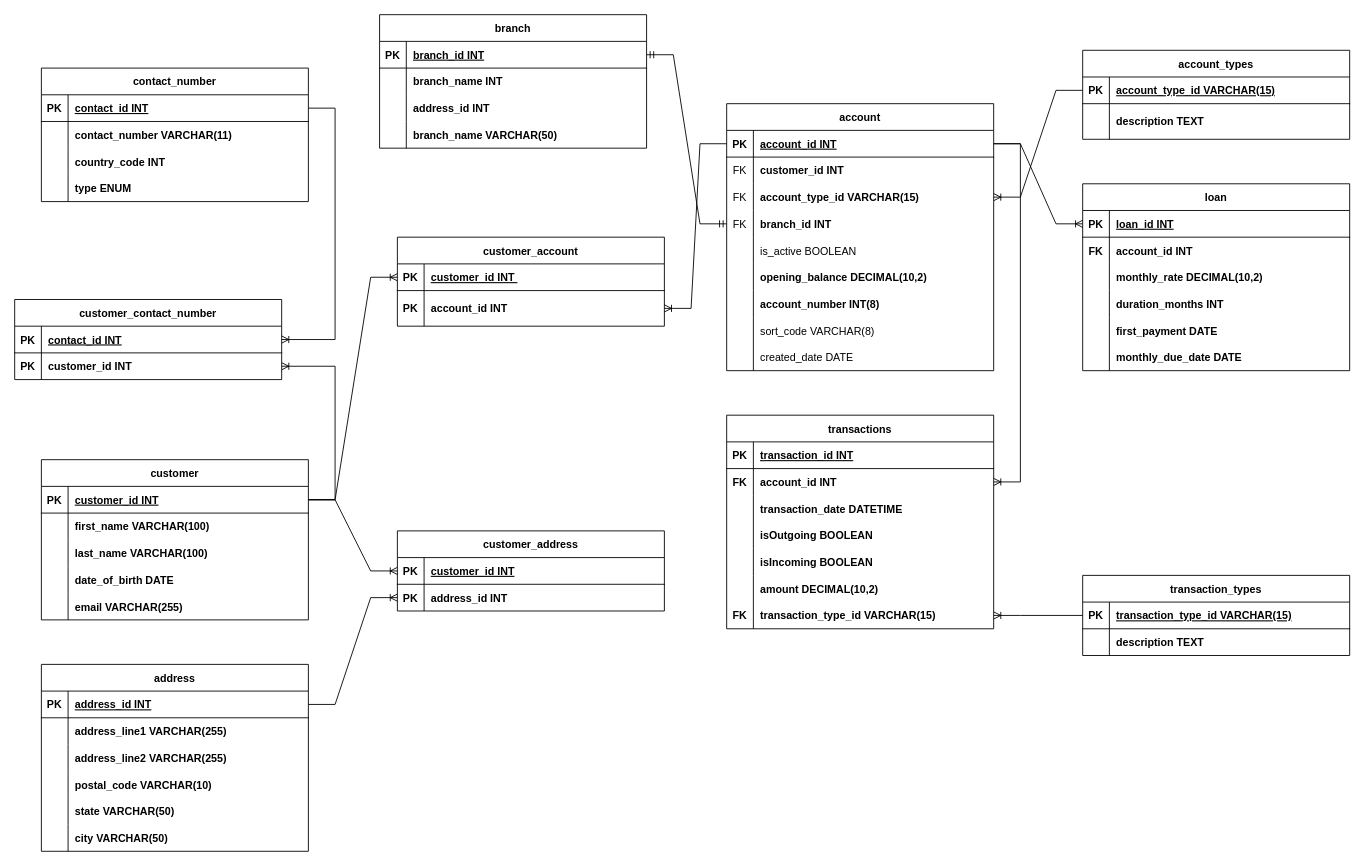
The draw.io diagram ER-Diagram.drawio in mathewsjoyy/MySQL-Bank-Assignment, before the edit. Source tidied: cells renumbered, new cells numbered last; positions are measured from the earlier drawing's top-left corner, leaving out a move shared by most shapes. Both pictures are drawn from the tidied source at 89%, with x=0, y=0 at pixel (14, 14).
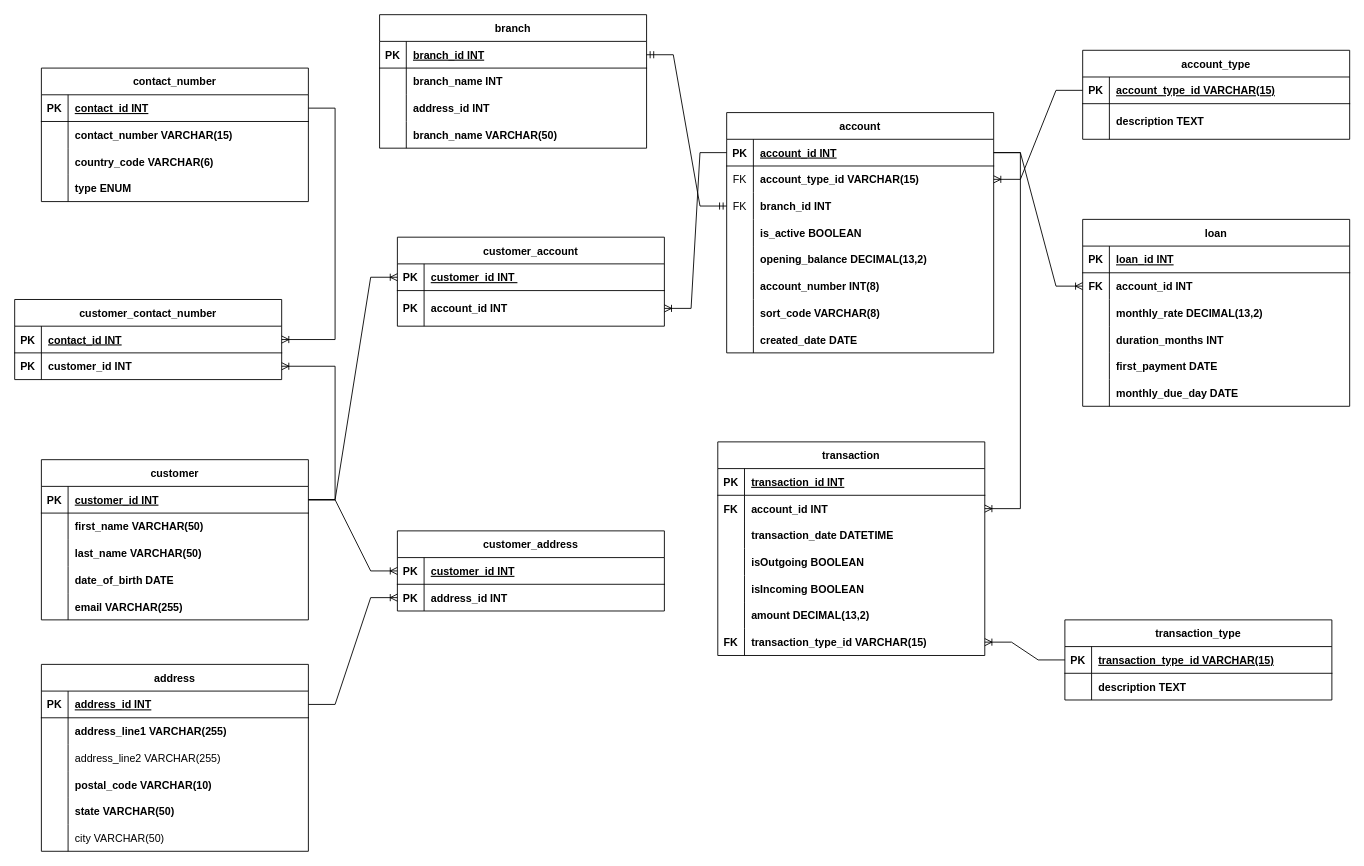
The same diagram, later.

Unchanged cells that the change refers to:
```xml
<mxCell id="19" style="shape=partialRectangle;fillColor=none;top=0;left=0;bottom=0;right=0;" parent="15" vertex="1">
  <mxGeometry y="60" width="300" height="30" as="geometry" />
</mxCell>
<mxCell id="22" style="shape=partialRectangle;fillColor=none;top=0;left=0;bottom=0;right=0;" parent="15" vertex="1">
  <mxGeometry y="90" width="300" height="30" as="geometry" />
</mxCell>
<mxCell id="32" style="shape=partialRectangle;fillColor=none;top=0;left=0;bottom=1;right=0;points=[[0,0.5],[1,0.5]];portConstraint=eastwest;" parent="31" vertex="1">
  <mxGeometry y="30" width="300" height="30" as="geometry" />
</mxCell>
<mxCell id="60" style="shape=partialRectangle;fillColor=none;top=0;left=0;bottom=1;right=0;points=[[0,0.5],[1,0.5]];portConstraint=eastwest;" parent="59" vertex="1">
  <mxGeometry y="30" width="300" height="30" as="geometry" />
</mxCell>
<mxCell id="90" style="shape=partialRectangle;fillColor=none;top=0;left=0;bottom=0;right=0;" parent="83" vertex="1">
  <mxGeometry y="90" width="300" height="30" as="geometry" />
</mxCell>
<mxCell id="99" style="shape=partialRectangle;fillColor=none;top=0;left=0;bottom=0;right=0;" parent="83" vertex="1">
  <mxGeometry y="180" width="300" height="30" as="geometry" />
</mxCell>
<mxCell id="105" style="shape=partialRectangle;fillColor=none;top=0;left=0;bottom=1;right=0;points=[[0,0.5],[1,0.5]];portConstraint=eastwest;" parent="104" vertex="1">
  <mxGeometry y="30" width="300" height="30" as="geometry" />
</mxCell>
<mxCell id="108" style="shape=partialRectangle;fillColor=none;top=0;left=0;bottom=0;right=0;points=[[0,0.5],[1,0.5]];portConstraint=eastwest;" parent="104" vertex="1">
  <mxGeometry y="60" width="300" height="30" as="geometry" />
</mxCell>
<mxCell id="111" style="shape=partialRectangle;fillColor=none;top=0;left=0;bottom=0;right=0;" parent="104" vertex="1">
  <mxGeometry y="90" width="300" height="30" as="geometry" />
</mxCell>
<mxCell id="120" style="shape=partialRectangle;fillColor=none;top=0;left=0;bottom=0;right=0;" parent="104" vertex="1">
  <mxGeometry y="180" width="300" height="30" as="geometry" />
</mxCell>
<mxCell id="128" style="shape=partialRectangle;fillColor=none;top=0;left=0;bottom=0;right=0;" parent="124" vertex="1">
  <mxGeometry y="60" width="300" height="30" as="geometry" />
</mxCell>
<mxCell id="131" style="shape=partialRectangle;fillColor=none;top=0;left=0;bottom=0;right=0;" parent="124" vertex="1">
  <mxGeometry y="90" width="300" height="30" as="geometry" />
</mxCell>
<mxCell id="153" style="shape=partialRectangle;fillColor=none;top=0;left=0;bottom=0;right=0;" parent="137" vertex="1">
  <mxGeometry y="180" width="300" height="30" as="geometry" />
</mxCell>
```

Diff of the diagram source:
```diff
@@
-    <mxCell id="21" value="first_name VARCHAR(100)" style="shape=partialRectangle;fillColor=none;top=0;left=0;bottom=0;right=0;align=left;spacingLeft=6;overflow=hidden;fontStyle=1;" parent="19" vertex="1">
+    <mxCell id="21" value="first_name VARCHAR(50)" style="shape=partialRectangle;fillColor=none;top=0;left=0;bottom=0;right=0;align=left;spacingLeft=6;overflow=hidden;fontStyle=1;" parent="19" vertex="1">
       <mxGeometry x="30" width="270" height="30" as="geometry" />
     </mxCell>
@@
-    <mxCell id="24" value="last_name VARCHAR(100)" style="shape=partialRectangle;fillColor=none;top=0;left=0;bottom=0;right=0;align=left;spacingLeft=6;overflow=hidden;fontStyle=1;" parent="22" vertex="1">
+    <mxCell id="24" value="last_name VARCHAR(50)" style="shape=partialRectangle;fillColor=none;top=0;left=0;bottom=0;right=0;align=left;spacingLeft=6;overflow=hidden;fontStyle=1;" parent="22" vertex="1">
       <mxGeometry x="30" width="270" height="30" as="geometry" />
     </mxCell>
@@
     <mxCell id="31" value="account" style="shape=table;startSize=30;childLayout=tableLayout;rowLines=0;fontStyle=1;align=center;" parent="1" vertex="1">
-      <mxGeometry x="800" y="100" width="300" height="300" as="geometry" />
+      <mxGeometry x="800" y="110" width="300" height="270" as="geometry" />
     </mxCell>
@@
-    <mxCell id="35" style="shape=partialRectangle;fillColor=none;top=0;left=0;bottom=0;right=0;" parent="31" vertex="1">
-      <mxGeometry y="60" width="300" height="30" as="geometry" />
-    </mxCell>
-    <mxCell id="36" value="FK" style="shape=partialRectangle;fillColor=none;top=0;left=0;bottom=0;right=0;overflow=hidden;" parent="35" vertex="1">
-      <mxGeometry width="30" height="30" as="geometry" />
-    </mxCell>
-    <mxCell id="37" value="customer_id INT" style="shape=partialRectangle;fillColor=none;top=0;left=0;bottom=0;right=0;align=left;spacingLeft=6;overflow=hidden;fontStyle=1;" parent="35" vertex="1">
-      <mxGeometry x="30" width="270" height="30" as="geometry" />
-    </mxCell>
     <mxCell id="38" style="shape=partialRectangle;fillColor=none;top=0;left=0;bottom=0;right=0;points=[[0,0.5],[1,0.5]];portConstraint=eastwest;" parent="31" vertex="1">
-      <mxGeometry y="90" width="300" height="30" as="geometry" />
+      <mxGeometry y="60" width="300" height="30" as="geometry" />
     </mxCell>
@@
     <mxCell id="41" style="shape=partialRectangle;fillColor=none;top=0;left=0;bottom=0;right=0;points=[[0,0.5],[1,0.5]];portConstraint=eastwest;" parent="31" vertex="1">
-      <mxGeometry y="120" width="300" height="30" as="geometry" />
+      <mxGeometry y="90" width="300" height="30" as="geometry" />
     </mxCell>
@@
     <mxCell id="44" style="shape=partialRectangle;fillColor=none;top=0;left=0;bottom=0;right=0;" parent="31" vertex="1">
-      <mxGeometry y="150" width="300" height="30" as="geometry" />
+      <mxGeometry y="120" width="300" height="30" as="geometry" />
     </mxCell>
@@
-    <mxCell id="46" value="is_active BOOLEAN" style="shape=partialRectangle;fillColor=none;top=0;left=0;bottom=0;right=0;align=left;spacingLeft=6;overflow=hidden;" parent="44" vertex="1">
+    <mxCell id="46" value="is_active BOOLEAN" style="shape=partialRectangle;fillColor=none;top=0;left=0;bottom=0;right=0;align=left;spacingLeft=6;overflow=hidden;fontStyle=1;" parent="44" vertex="1">
       <mxGeometry x="30" width="270" height="30" as="geometry" />
     </mxCell>
     <mxCell id="47" style="shape=partialRectangle;fillColor=none;top=0;left=0;bottom=0;right=0;" parent="31" vertex="1">
-      <mxGeometry y="180" width="300" height="30" as="geometry" />
+      <mxGeometry y="150" width="300" height="30" as="geometry" />
     </mxCell>
@@
-    <mxCell id="49" value="opening_balance DECIMAL(10,2)" style="shape=partialRectangle;fillColor=none;top=0;left=0;bottom=0;right=0;align=left;spacingLeft=6;overflow=hidden;fontStyle=1;" parent="47" vertex="1">
+    <mxCell id="49" value="opening_balance DECIMAL(13,2)" style="shape=partialRectangle;fillColor=none;top=0;left=0;bottom=0;right=0;align=left;spacingLeft=6;overflow=hidden;fontStyle=1;" parent="47" vertex="1">
       <mxGeometry x="30" width="270" height="30" as="geometry" />
     </mxCell>
     <mxCell id="50" style="shape=partialRectangle;fillColor=none;top=0;left=0;bottom=0;right=0;" parent="31" vertex="1">
-      <mxGeometry y="210" width="300" height="30" as="geometry" />
+      <mxGeometry y="180" width="300" height="30" as="geometry" />
     </mxCell>
@@
     <mxCell id="53" style="shape=partialRectangle;fillColor=none;top=0;left=0;bottom=0;right=0;" parent="31" vertex="1">
-      <mxGeometry y="240" width="300" height="30" as="geometry" />
+      <mxGeometry y="210" width="300" height="30" as="geometry" />
     </mxCell>
@@
-    <mxCell id="55" value="sort_code VARCHAR(8)" style="shape=partialRectangle;fillColor=none;top=0;left=0;bottom=0;right=0;align=left;spacingLeft=6;overflow=hidden;" parent="53" vertex="1">
+    <mxCell id="55" value="sort_code VARCHAR(8)" style="shape=partialRectangle;fillColor=none;top=0;left=0;bottom=0;right=0;align=left;spacingLeft=6;overflow=hidden;fontStyle=1;" parent="53" vertex="1">
       <mxGeometry x="30" width="270" height="30" as="geometry" />
     </mxCell>
     <mxCell id="56" style="shape=partialRectangle;fillColor=none;top=0;left=0;bottom=0;right=0;" parent="31" vertex="1">
-      <mxGeometry y="270" width="300" height="30" as="geometry" />
+      <mxGeometry y="240" width="300" height="30" as="geometry" />
     </mxCell>
@@
-    <mxCell id="58" value="created_date DATE" style="shape=partialRectangle;fillColor=none;top=0;left=0;bottom=0;right=0;align=left;spacingLeft=6;overflow=hidden;" parent="56" vertex="1">
+    <mxCell id="58" value="created_date DATE" style="shape=partialRectangle;fillColor=none;top=0;left=0;bottom=0;right=0;align=left;spacingLeft=6;overflow=hidden;fontStyle=1;" parent="56" vertex="1">
       <mxGeometry x="30" width="270" height="30" as="geometry" />
     </mxCell>
@@
-    <mxCell id="62" value="customer_id INT " style="shape=partialRectangle;fillColor=none;top=0;left=0;bottom=0;right=0;align=left;spacingLeft=6;fontStyle=5;overflow=hidden;" parent="60" vertex="1">
+    <mxCell id="62" value="customer_id INT " style="shape=partialRectangle;fillColor=none;top=0;left=0;bottom=0;right=0;align=left;spacingLeft=6;fontStyle=5;overflow=hidden;strokeColor=#FFFFFF;" parent="60" vertex="1">
       <mxGeometry x="30" width="270" height="30" as="geometry" />
     </mxCell>
@@
-    <mxCell id="69" value="account_types" style="shape=table;startSize=30;childLayout=tableLayout;rowLines=0;fontStyle=1;align=center;" parent="1" vertex="1">
+    <mxCell id="69" value="account_type" style="shape=table;startSize=30;childLayout=tableLayout;rowLines=0;fontStyle=1;align=center;" parent="1" vertex="1">
       <mxGeometry x="1200" y="40" width="300" height="100" as="geometry" />
     </mxCell>
@@
-    <mxCell id="92" value="address_line2 VARCHAR(255)" style="shape=partialRectangle;fillColor=none;top=0;left=0;bottom=0;right=0;align=left;spacingLeft=6;overflow=hidden;fontStyle=1;" parent="90" vertex="1">
+    <mxCell id="92" value="address_line2 VARCHAR(255)" style="shape=partialRectangle;fillColor=none;top=0;left=0;bottom=0;right=0;align=left;spacingLeft=6;overflow=hidden;fontStyle=0;" parent="90" vertex="1">
       <mxGeometry x="30" width="270" height="30" as="geometry" />
     </mxCell>
@@
-    <mxCell id="101" value="city VARCHAR(50)" style="shape=partialRectangle;fillColor=none;top=0;left=0;bottom=0;right=0;align=left;spacingLeft=6;overflow=hidden;fontStyle=1;" parent="99" vertex="1">
+    <mxCell id="101" value="city VARCHAR(50)" style="shape=partialRectangle;fillColor=none;top=0;left=0;bottom=0;right=0;align=left;spacingLeft=6;overflow=hidden;fontStyle=0;" parent="99" vertex="1">
       <mxGeometry x="30" width="270" height="30" as="geometry" />
     </mxCell>
@@
     <mxCell id="104" value="loan" style="shape=table;startSize=30;childLayout=tableLayout;rowLines=0;fontStyle=1;align=center;" parent="1" vertex="1">
-      <mxGeometry x="1200" y="190" width="300" height="210" as="geometry" />
+      <mxGeometry x="1200" y="230" width="300" height="210" as="geometry" />
     </mxCell>
@@
-    <mxCell id="113" value="monthly_rate DECIMAL(10,2)" style="shape=partialRectangle;fillColor=none;top=0;left=0;bottom=0;right=0;align=left;spacingLeft=6;overflow=hidden;fontStyle=1;" parent="111" vertex="1">
+    <mxCell id="113" value="monthly_rate DECIMAL(13,2)" style="shape=partialRectangle;fillColor=none;top=0;left=0;bottom=0;right=0;align=left;spacingLeft=6;overflow=hidden;fontStyle=1;" parent="111" vertex="1">
       <mxGeometry x="30" width="270" height="30" as="geometry" />
     </mxCell>
@@
-    <mxCell id="122" value="monthly_due_date DATE" style="shape=partialRectangle;fillColor=none;top=0;left=0;bottom=0;right=0;align=left;spacingLeft=6;overflow=hidden;fontStyle=1;" parent="120" vertex="1">
+    <mxCell id="122" value="monthly_due_day DATE" style="shape=partialRectangle;fillColor=none;top=0;left=0;bottom=0;right=0;align=left;spacingLeft=6;overflow=hidden;fontStyle=1;" parent="120" vertex="1">
       <mxGeometry x="30" width="270" height="30" as="geometry" />
     </mxCell>
-    <mxCell id="123" style="edgeStyle=entityRelationEdgeStyle;fontSize=12;html=1;endArrow=ERoneToMany;rounded=0;" parent="1" edge="1" source="32" target="105">
-      <mxGeometry relative="1" as="geometry" />
-    </mxCell>
@@
-    <mxCell id="130" value="contact_number VARCHAR(11)" style="shape=partialRectangle;fillColor=none;top=0;left=0;bottom=0;right=0;align=left;spacingLeft=6;overflow=hidden;fontStyle=1;" parent="128" vertex="1">
+    <mxCell id="130" value="contact_number VARCHAR(15)" style="shape=partialRectangle;fillColor=none;top=0;left=0;bottom=0;right=0;align=left;spacingLeft=6;overflow=hidden;fontStyle=1;" parent="128" vertex="1">
       <mxGeometry x="30" width="270" height="30" as="geometry" />
     </mxCell>
@@
-    <mxCell id="133" value="country_code INT" style="shape=partialRectangle;fillColor=none;top=0;left=0;bottom=0;right=0;align=left;spacingLeft=6;overflow=hidden;fontStyle=1;" parent="131" vertex="1">
+    <mxCell id="133" value="country_code VARCHAR(6)" style="shape=partialRectangle;fillColor=none;top=0;left=0;bottom=0;right=0;align=left;spacingLeft=6;overflow=hidden;fontStyle=1;" parent="131" vertex="1">
       <mxGeometry x="30" width="270" height="30" as="geometry" />
     </mxCell>
@@
-    <mxCell id="137" value="transactions" style="shape=table;startSize=30;childLayout=tableLayout;rowLines=0;fontStyle=1;align=center;" parent="1" vertex="1">
-      <mxGeometry x="800" y="450" width="300" height="240" as="geometry" />
+    <mxCell id="137" value="transaction" style="shape=table;startSize=30;childLayout=tableLayout;rowLines=0;fontStyle=1;align=center;" parent="1" vertex="1">
+      <mxGeometry x="790" y="480" width="300" height="240" as="geometry" />
     </mxCell>
@@
-    <mxCell id="155" value="amount DECIMAL(10,2)" style="shape=partialRectangle;fillColor=none;top=0;left=0;bottom=0;right=0;align=left;spacingLeft=6;overflow=hidden;fontStyle=1;" parent="153" vertex="1">
+    <mxCell id="155" value="amount DECIMAL(13,2)" style="shape=partialRectangle;fillColor=none;top=0;left=0;bottom=0;right=0;align=left;spacingLeft=6;overflow=hidden;fontStyle=1;" parent="153" vertex="1">
       <mxGeometry x="30" width="270" height="30" as="geometry" />
     </mxCell>
@@
-    <mxCell id="169" value="transaction_types" style="shape=table;startSize=30;childLayout=tableLayout;rowLines=0;fontStyle=1;align=center;" parent="1" vertex="1">
-      <mxGeometry x="1200" y="630" width="300" height="90" as="geometry" />
+    <mxCell id="169" value="transaction_type" style="shape=table;startSize=30;childLayout=tableLayout;rowLines=0;fontStyle=1;align=center;" parent="1" vertex="1">
+      <mxGeometry x="1180" y="680" width="300" height="90" as="geometry" />
     </mxCell>
@@
+    <mxCell id="178" style="edgeStyle=entityRelationEdgeStyle;fontSize=12;html=1;endArrow=ERoneToMany;rounded=0;" parent="1" edge="1" source="32" target="108">
+      <mxGeometry relative="1" as="geometry" />
+    </mxCell>
```
